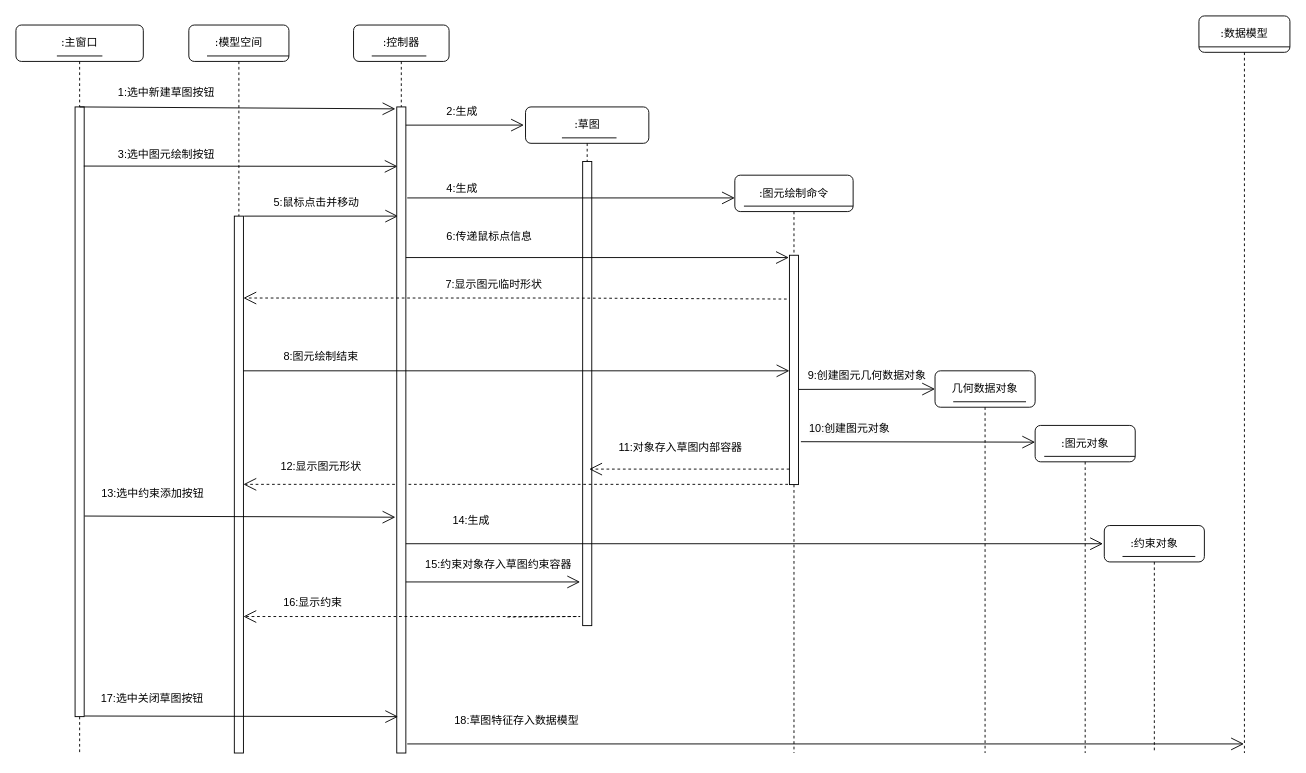
The draw.io diagram 系统与算法交互时序图.drawio in liuhuliuhu123/First-test, before the edit. Source tidied: cells renumbered, new cells numbered last; positions are measured from the earlier drawing's top-left corner, leaving out a move shared by most shapes. Both pictures are drawn from the tidied source at 91%, with x=0, y=0 at pixel (15, 15).
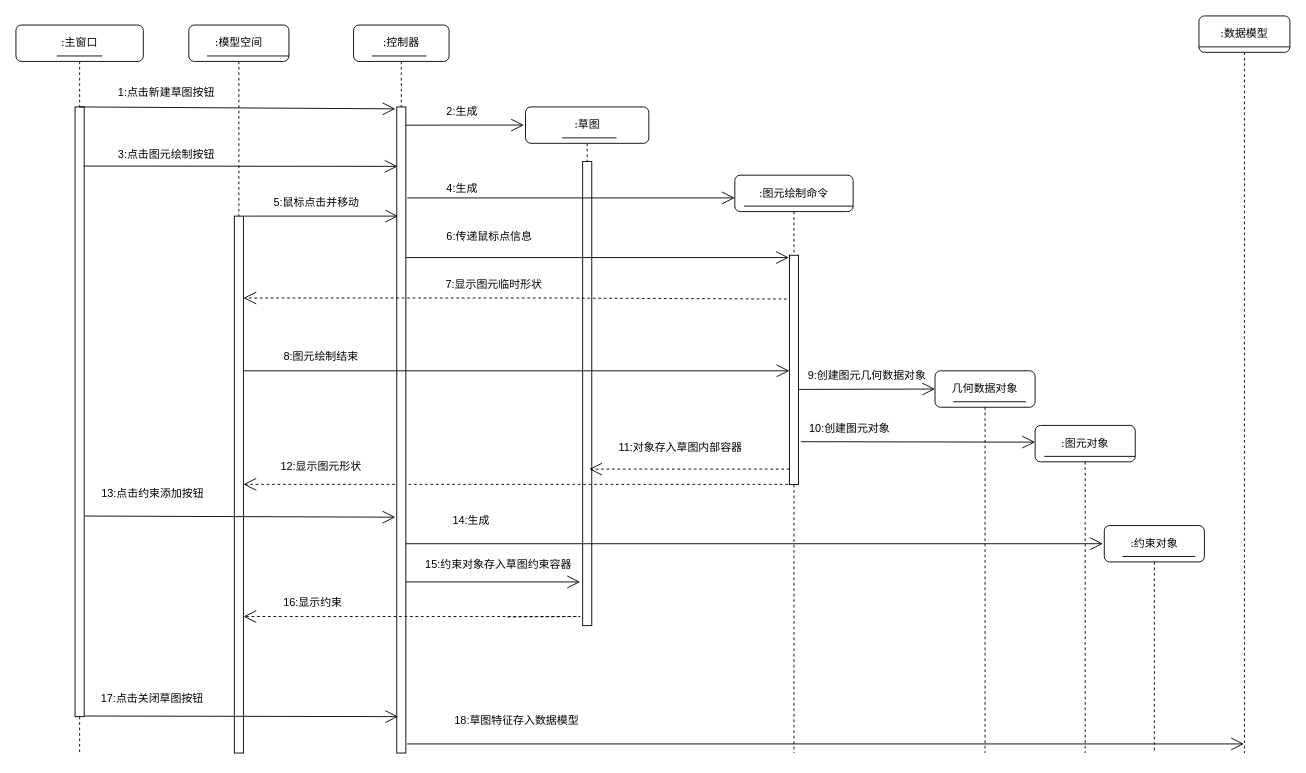
After the change.

Commit message:
更新系统与算法交互时序图.drawio

The edit, as a diff of the source:
```diff
@@
-    <mxCell id="18" value="3:选中图元绘制按钮" style="text;html=1;align=center;verticalAlign=middle;strokeColor=none;fillColor=none;" parent="1" vertex="1">
+    <mxCell id="18" value="3:点击图元绘制按钮" style="text;html=1;align=center;verticalAlign=middle;strokeColor=none;fillColor=none;" parent="1" vertex="1">
       <mxGeometry x="100" y="138" width="130" height="30" as="geometry" />
     </mxCell>
@@
-    <mxCell id="44" value="1:选中新建草图按钮" style="text;html=1;align=center;verticalAlign=middle;strokeColor=none;fillColor=none;" parent="1" vertex="1">
+    <mxCell id="44" value="1:点击新建草图按钮" style="text;html=1;align=center;verticalAlign=middle;strokeColor=none;fillColor=none;" parent="1" vertex="1">
       <mxGeometry x="100" y="70" width="130" height="30" as="geometry" />
     </mxCell>
@@
-    <mxCell id="59" value="13:选中约束添加按钮" style="text;html=1;align=center;verticalAlign=middle;strokeColor=none;fillColor=none;" parent="1" vertex="1">
+    <mxCell id="59" value="13:点击约束添加按钮" style="text;html=1;align=center;verticalAlign=middle;strokeColor=none;fillColor=none;" parent="1" vertex="1">
       <mxGeometry x="80" y="510" width="140" height="30" as="geometry" />
     </mxCell>
-    <mxCell id="60" value="17:选中关闭草图按钮" style="text;html=1;strokeColor=none;fillColor=none;align=center;verticalAlign=middle;whiteSpace=wrap;rounded=0;" parent="1" vertex="1">
+    <mxCell id="60" value="17:点击关闭草图按钮" style="text;html=1;strokeColor=none;fillColor=none;align=center;verticalAlign=middle;whiteSpace=wrap;rounded=0;" parent="1" vertex="1">
       <mxGeometry x="90" y="740" width="120" height="20" as="geometry" />
     </mxCell>
```
